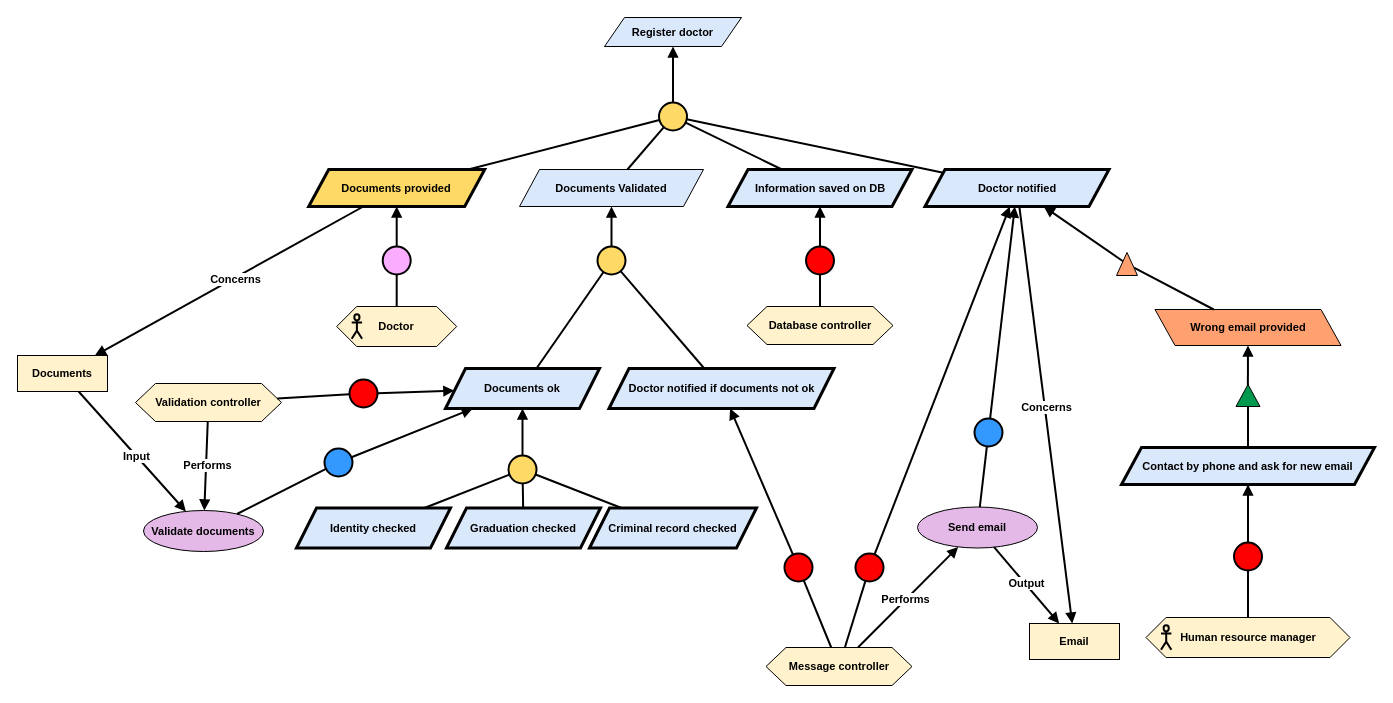
Above: Kaos/KAOS 2.drawio in RafaelCMira/myclinic-msp-project (draw.io), before the change. Source tidied: cells renumbered, new cells numbered last; positions are measured from the earlier drawing's top-left corner, leaving out a move shared by most shapes. Both pictures are drawn from the tidied source at 100%, with x=0, y=0 at pixel (17, 17).
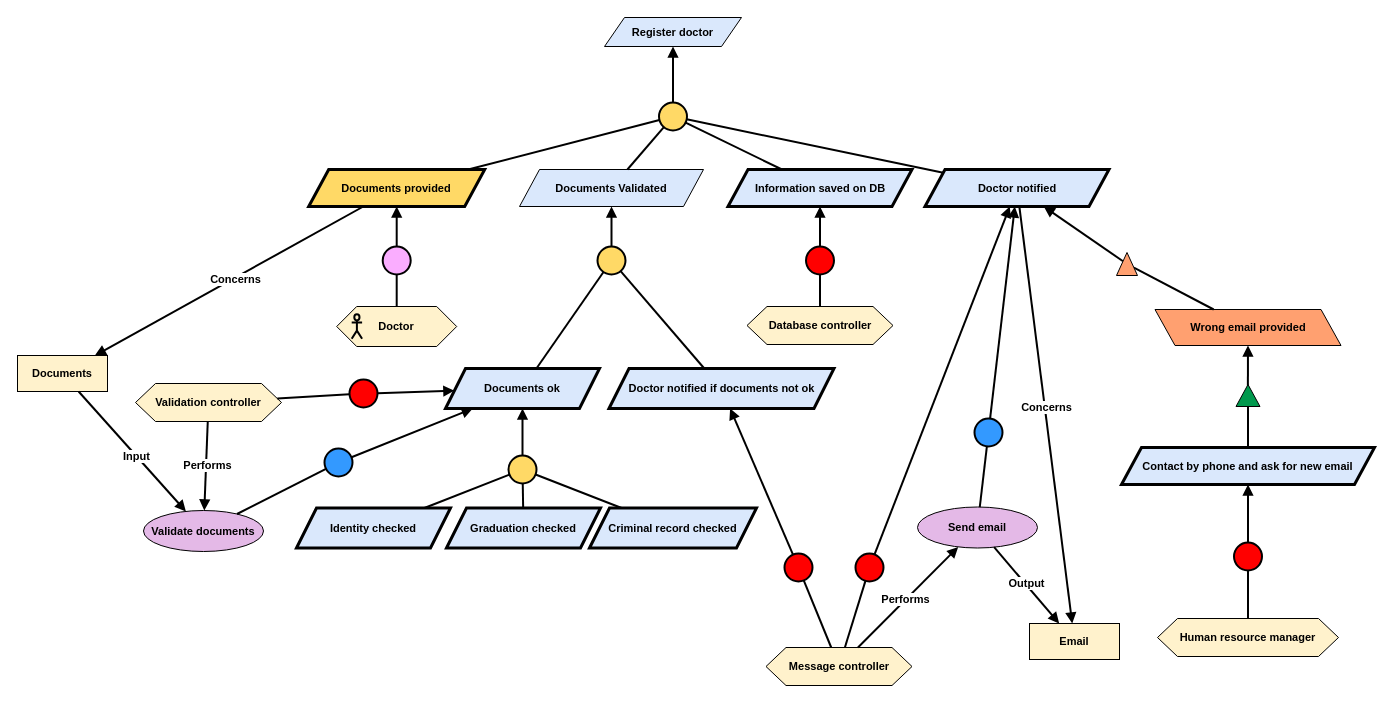
Above is the later version.

Change to the diagram source:
```diff
@@
-    <mxCell id="72" style="group;fontFamily=Helvetica;fontSize=11;fontColor=default;labelBackgroundColor=default;" parent="1" vertex="1">
-      <mxGeometry x="1128.5" y="600" width="204" height="40" as="geometry" />
-    </mxCell>
-    <mxCell id="73" value="&lt;b&gt;Human resource manager&lt;/b&gt;" style="shape=hexagon;perimeter=hexagonPerimeter2;whiteSpace=wrap;html=1;fixedSize=1;fillColor=#FFF2CC;fontFamily=Helvetica;fontSize=11;fontColor=default;labelBackgroundColor=none;" parent="72" vertex="1">
-      <mxGeometry width="204" height="40" as="geometry" />
-    </mxCell>
-    <mxCell id="74" style="shape=umlActor;verticalLabelPosition=bottom;verticalAlign=top;html=1;fillColor=none;strokeWidth=2;fontFamily=Helvetica;fontSize=11;fontColor=default;labelBackgroundColor=default;" parent="72" vertex="1">
-      <mxGeometry x="15" y="7.8" width="10.4" height="24.5" as="geometry" />
-    </mxCell>
@@
+    <mxCell id="73" value="&lt;b&gt;Human resource manager&lt;/b&gt;" style="shape=hexagon;perimeter=hexagonPerimeter2;whiteSpace=wrap;html=1;fixedSize=1;fillColor=#FFF2CC;fontFamily=Helvetica;fontSize=11;fontColor=default;labelBackgroundColor=none;" parent="1" vertex="1">
+      <mxGeometry x="1140" y="601" width="181" height="38" as="geometry" />
+    </mxCell>
```
